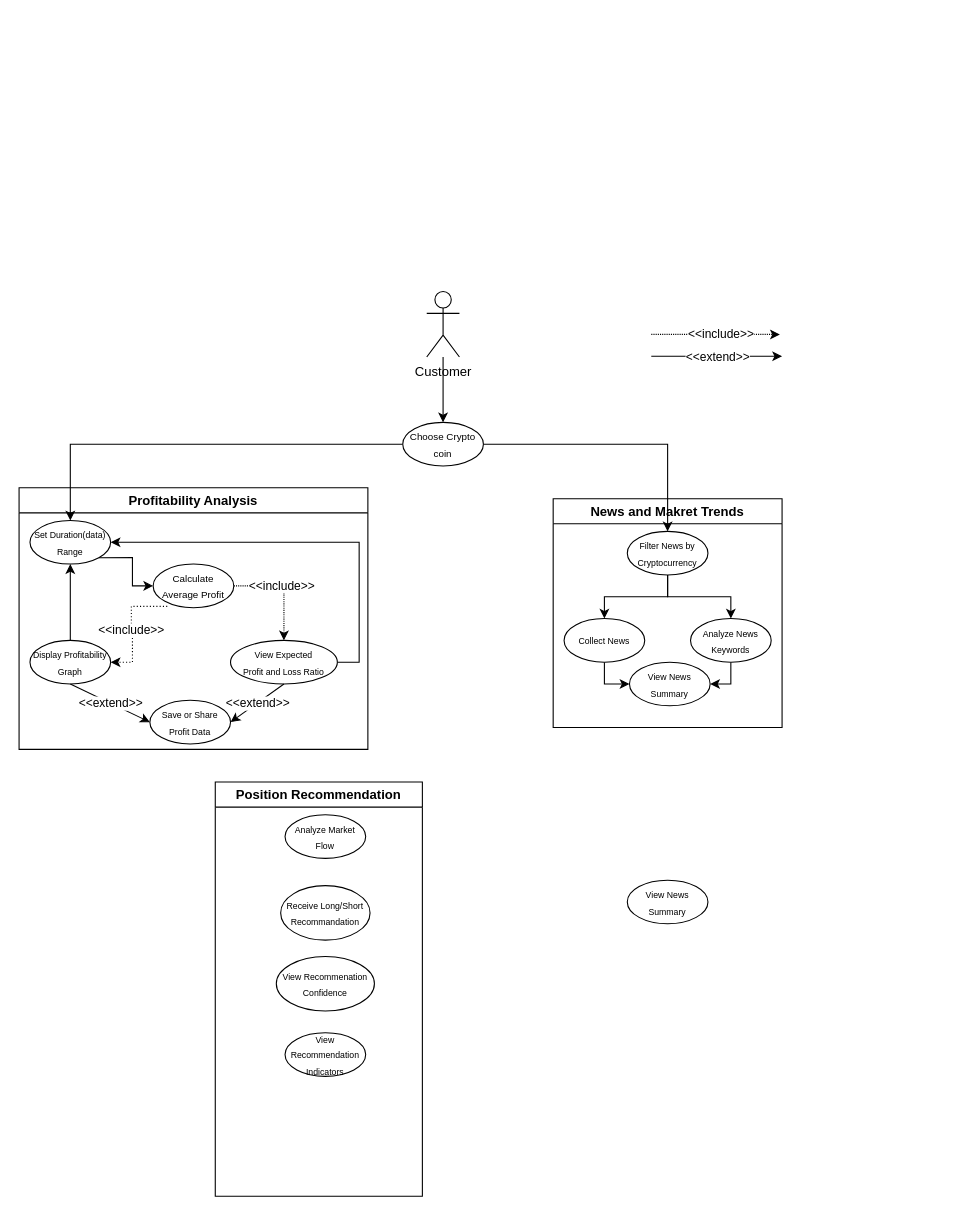
Earlier version of the draw.io diagram bitcoin.drawio (Sritone/OOAD). Source tidied: cells renumbered, new cells numbered last; positions are measured from the earlier drawing's top-left corner, leaving out a move shared by most shapes. Both pictures are drawn from the tidied source at 109%, with x=0, y=0 at pixel (19, 291).
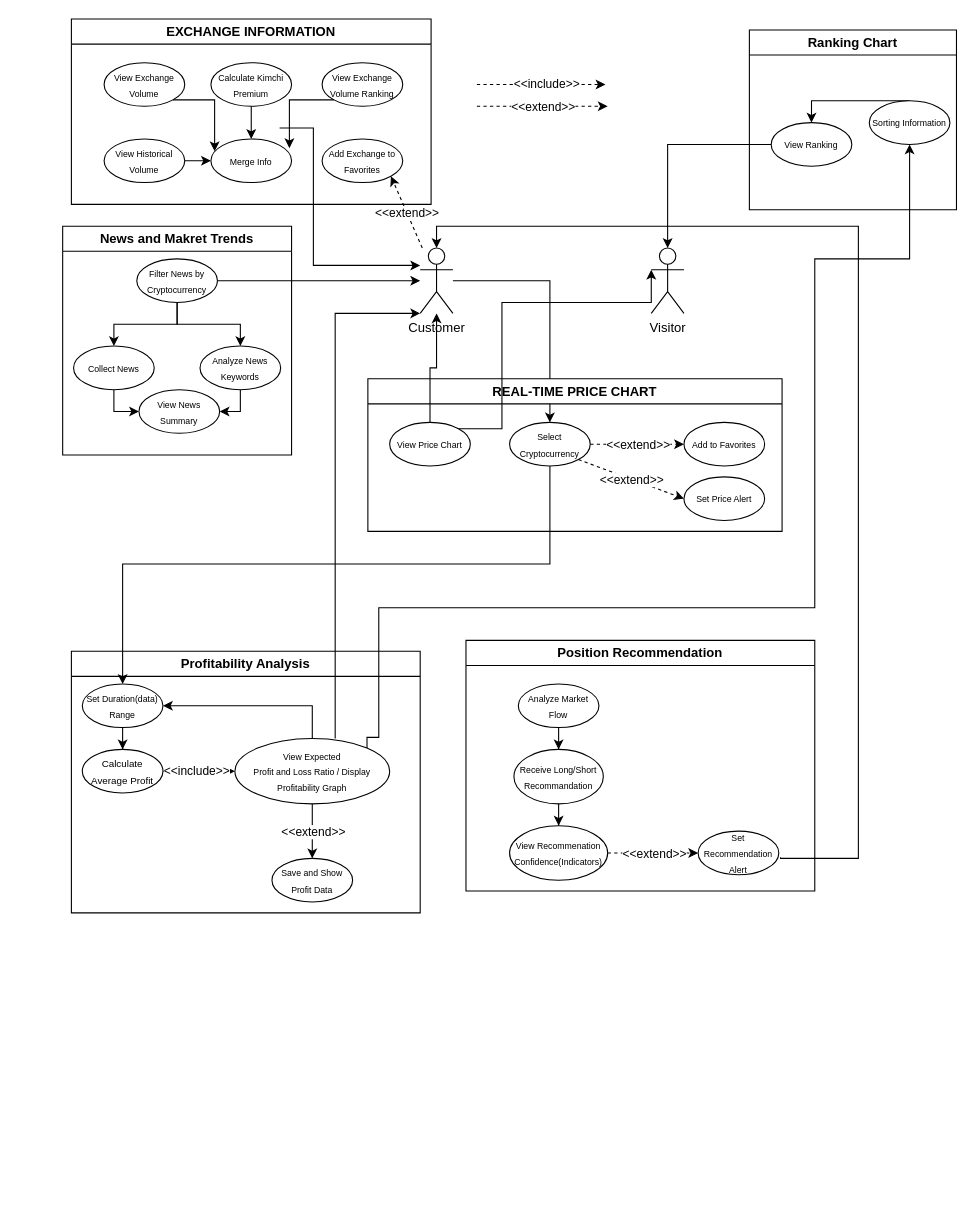
After the change.

The change refers to these unchanged cells:
```xml
<mxCell id="16" value="&lt;span style=&quot;font-size: 8px;&quot;&gt;Set Duration(data) Range&lt;/span&gt;" style="ellipse;whiteSpace=wrap;html=1;" parent="4" vertex="1">
  <mxGeometry x="10" y="30" width="74" height="40" as="geometry" />
</mxCell>
<mxCell id="29" value="&lt;span style=&quot;font-size: 8px;&quot;&gt;Filter News by Cryptocurrency&lt;/span&gt;" style="ellipse;whiteSpace=wrap;html=1;" parent="21" vertex="1">
  <mxGeometry x="68" y="30" width="74" height="40" as="geometry" />
</mxCell>
```

What changed in the source:
```diff
@@
-    <mxCell id="2" style="edgeStyle=orthogonalEdgeStyle;rounded=0;jettySize=auto;html=1;entryX=0.5;entryY=0;entryDx=0;entryDy=0;" parent="1" edge="1" source="3" target="32">
-      <mxGeometry relative="1" as="geometry" />
-    </mxCell>
+    <mxCell id="43" style="edgeStyle=orthogonalEdgeStyle;rounded=0;jettySize=auto;html=1;entryX=0.5;entryY=0;entryDx=0;entryDy=0;" parent="1" edge="1" source="3" target="50">
+      <mxGeometry relative="1" as="geometry" />
+    </mxCell>
     <mxCell id="3" value="Customer" style="shape=umlActor;verticalLabelPosition=bottom;verticalAlign=top;html=1;outlineConnect=0;" parent="1" vertex="1">
-      <mxGeometry x="374" width="30" height="60" as="geometry" />
+      <mxGeometry x="368" y="-40" width="30" height="60" as="geometry" />
     </mxCell>
     <mxCell id="4" value="Profitability Analysis" style="swimlane;whiteSpace=wrap;html=1;" parent="1" vertex="1">
-      <mxGeometry y="180" width="320" height="240" as="geometry" />
+      <mxGeometry x="48" y="330" width="320" height="240" as="geometry" />
     </mxCell>
@@
-    <mxCell id="7" style="edgeStyle=orthogonalEdgeStyle;rounded=0;jettySize=auto;html=1;entryX=0.5;entryY=1;entryDx=0;entryDy=0;" parent="4" edge="1" source="8" target="16">
-      <mxGeometry relative="1" as="geometry" />
-    </mxCell>
-    <mxCell id="8" value="&lt;font style=&quot;font-size: 8px;&quot;&gt;Display Profitability Graph&lt;/font&gt;" style="ellipse;whiteSpace=wrap;html=1;" parent="4" vertex="1">
-      <mxGeometry x="10" y="140" width="74" height="40" as="geometry" />
-    </mxCell>
-    <mxCell id="9" style="edgeStyle=orthogonalEdgeStyle;rounded=0;jettySize=auto;html=1;exitX=1;exitY=0.5;exitDx=0;exitDy=0;entryX=1;entryY=0.5;entryDx=0;entryDy=0;" parent="4" edge="1" source="10" target="16">
+    <mxCell id="9" style="edgeStyle=orthogonalEdgeStyle;rounded=0;jettySize=auto;html=1;exitX=0.5;exitY=0;exitDx=0;exitDy=0;entryX=1;entryY=0.5;entryDx=0;entryDy=0;" parent="4" edge="1" source="10" target="16">
       <mxGeometry relative="1" as="geometry" />
     </mxCell>
-    <mxCell id="10" value="&lt;font style=&quot;font-size: 8px;&quot;&gt;View Expected&lt;br&gt;Profit and Loss Ratio&lt;/font&gt;" style="ellipse;whiteSpace=wrap;html=1;" parent="4" vertex="1">
-      <mxGeometry x="194" y="140" width="98" height="40" as="geometry" />
+    <mxCell id="10" value="&lt;font style=&quot;font-size: 8px;&quot;&gt;View Expected&lt;br&gt;Profit and Loss Ratio /&amp;nbsp;&lt;/font&gt;&lt;span style=&quot;font-size: 8px;&quot;&gt;Display Profitability Graph&lt;/span&gt;" style="ellipse;whiteSpace=wrap;html=1;" parent="4" vertex="1">
+      <mxGeometry x="150" y="80" width="142" height="60" as="geometry" />
     </mxCell>
-    <mxCell id="11" value="&lt;font style=&quot;font-size: 8px;&quot;&gt;Save or Share Profit Data&lt;/font&gt;" style="ellipse;whiteSpace=wrap;html=1;" parent="4" vertex="1">
-      <mxGeometry x="120" y="195" width="74" height="40" as="geometry" />
+    <mxCell id="11" value="&lt;font style=&quot;font-size: 8px;&quot;&gt;Save and Show Profit Data&lt;/font&gt;" style="ellipse;whiteSpace=wrap;html=1;" parent="4" vertex="1">
+      <mxGeometry x="184" y="190" width="74" height="40" as="geometry" />
     </mxCell>
-    <mxCell id="12" style="endArrow=classic;html=1;rounded=0;entryX=0;entryY=0.5;entryDx=0;entryDy=0;exitX=0.5;exitY=1;exitDx=0;exitDy=0;" parent="4" edge="1" source="8" target="11">
-      <mxGeometry relative="1" as="geometry" />
-    </mxCell>
-    <mxCell id="13" value="&amp;lt;&amp;lt;extend&amp;gt;&amp;gt;" style="edgeLabel;html=1;align=center;verticalAlign=middle;" parent="12" vertex="1">
-      <mxGeometry relative="1" as="geometry" />
-    </mxCell>
-    <mxCell id="14" style="endArrow=classic;html=1;rounded=0;exitX=0.5;exitY=1;exitDx=0;exitDy=0;entryX=1;entryY=0.5;entryDx=0;entryDy=0;" parent="4" edge="1" source="10" target="11">
+    <mxCell id="14" style="endArrow=classic;html=1;rounded=0;exitX=0.5;exitY=1;exitDx=0;exitDy=0;entryX=0.5;entryY=0;entryDx=0;entryDy=0;" parent="4" edge="1" source="10" target="11">
       <mxGeometry relative="1" as="geometry" />
     </mxCell>
@@
+    <mxCell id="18" style="edgeStyle=orthogonalEdgeStyle;rounded=0;jettySize=auto;html=1;" parent="4" edge="1" source="16" target="17">
+      <mxGeometry relative="1" as="geometry" />
+    </mxCell>
@@
     <mxCell id="17" value="&lt;font style=&quot;font-size: 9px;&quot;&gt;Calculate Average Profit&lt;/font&gt;" style="ellipse;whiteSpace=wrap;html=1;" parent="4" vertex="1">
-      <mxGeometry x="123" y="70" width="74" height="40" as="geometry" />
+      <mxGeometry x="10" y="90" width="74" height="40" as="geometry" />
     </mxCell>
-    <mxCell id="18" style="edgeStyle=orthogonalEdgeStyle;rounded=0;jettySize=auto;html=1;entryX=0;entryY=0.5;entryDx=0;entryDy=0;exitX=1;exitY=1;exitDx=0;exitDy=0;" parent="4" edge="1" source="16" target="17">
-      <mxGeometry relative="1" as="geometry" />
-    </mxCell>
-    <mxCell id="19" style="edgeStyle=orthogonalEdgeStyle;rounded=0;jettySize=auto;html=1;dashed=1;dashPattern=1 2;exitX=0.175;exitY=0.97;exitDx=0;exitDy=0;exitPerimeter=0;entryX=1;entryY=0.5;entryDx=0;entryDy=0;" parent="4" edge="1" source="17" target="8">
-      <mxGeometry relative="1" as="geometry" />
-    </mxCell>
-    <mxCell id="20" value="&amp;lt;&amp;lt;include&amp;gt;&amp;gt;" style="edgeLabel;html=1;align=center;verticalAlign=middle;" parent="19" vertex="1">
-      <mxGeometry x="-0.3" y="-1" relative="1" as="geometry">
-        <mxPoint y="18" as="offset" />
-      </mxGeometry>
-    </mxCell>
     <mxCell id="21" value="News and Makret Trends" style="swimlane;whiteSpace=wrap;html=1;" parent="1" vertex="1">
-      <mxGeometry x="490" y="190" width="210" height="210" as="geometry" />
+      <mxGeometry x="40" y="-60" width="210" height="210" as="geometry" />
     </mxCell>
@@
-    <mxCell id="30" style="edgeStyle=orthogonalEdgeStyle;rounded=0;jettySize=auto;html=1;entryX=0.5;entryY=0;entryDx=0;entryDy=0;" parent="1" edge="1" source="32" target="29">
-      <mxGeometry relative="1" as="geometry" />
-    </mxCell>
-    <mxCell id="31" style="edgeStyle=orthogonalEdgeStyle;rounded=0;jettySize=auto;html=1;entryX=0.5;entryY=0;entryDx=0;entryDy=0;" parent="1" edge="1" source="32" target="16">
-      <mxGeometry relative="1" as="geometry" />
-    </mxCell>
-    <mxCell id="32" value="&lt;font style=&quot;font-size: 9px;&quot;&gt;Choose Crypto coin&lt;/font&gt;" style="ellipse;whiteSpace=wrap;html=1;" parent="1" vertex="1">
-      <mxGeometry x="352" y="120" width="74" height="40" as="geometry" />
-    </mxCell>
-    <mxCell id="33" style="edgeStyle=orthogonalEdgeStyle;rounded=0;orthogonalLoop=1;jettySize=auto;html=1;dashed=1;dashPattern=1 1;" parent="1" edge="1">
+    <mxCell id="33" style="edgeStyle=orthogonalEdgeStyle;rounded=0;orthogonalLoop=1;jettySize=auto;html=1;dashed=1;" parent="1" edge="1">
       <mxGeometry relative="1" as="geometry">
-        <mxPoint x="580" y="39.3" as="sourcePoint" />
-        <mxPoint x="698" y="39.3" as="targetPoint" />
+        <mxPoint x="420" y="-190" as="sourcePoint" />
+        <mxPoint x="538" y="-190" as="targetPoint" />
       </mxGeometry>
     </mxCell>
@@
-    <mxCell id="35" style="endArrow=classic;html=1;rounded=0;" parent="1" edge="1">
+    <mxCell id="35" style="endArrow=classic;html=1;rounded=0;dashed=1;" parent="1" edge="1">
       <mxGeometry relative="1" as="geometry">
-        <mxPoint x="580" y="59.3" as="sourcePoint" />
-        <mxPoint x="700" y="59.3" as="targetPoint" />
+        <mxPoint x="420" y="-170" as="sourcePoint" />
+        <mxPoint x="540" y="-170" as="targetPoint" />
       </mxGeometry>
     </mxCell>
@@
     <mxCell id="37" value="Position Recommendation" style="swimlane;whiteSpace=wrap;html=1;" parent="1" vertex="1">
-      <mxGeometry x="180" y="450" width="190" height="380" as="geometry" />
+      <mxGeometry x="410" y="320" width="320" height="230" as="geometry" />
     </mxCell>
+    <mxCell id="44" style="edgeStyle=orthogonalEdgeStyle;rounded=0;jettySize=auto;html=1;entryX=0.5;entryY=0;entryDx=0;entryDy=0;" parent="37" edge="1" source="38" target="39">
+      <mxGeometry relative="1" as="geometry" />
+    </mxCell>
     <mxCell id="38" value="&lt;font style=&quot;font-size: 8px;&quot;&gt;Analyze Market Flow&lt;/font&gt;" style="ellipse;whiteSpace=wrap;html=1;" parent="37" vertex="1">
-      <mxGeometry x="64" y="30" width="74" height="40" as="geometry" />
+      <mxGeometry x="48" y="40" width="74" height="40" as="geometry" />
     </mxCell>
+    <mxCell id="45" style="edgeStyle=orthogonalEdgeStyle;rounded=0;jettySize=auto;html=1;entryX=0.5;entryY=0;entryDx=0;entryDy=0;" parent="37" edge="1" source="39" target="40">
+      <mxGeometry relative="1" as="geometry" />
+    </mxCell>
     <mxCell id="39" value="&lt;span style=&quot;font-size: 8px;&quot;&gt;Receive Long/Short Recommandation&lt;/span&gt;" style="ellipse;whiteSpace=wrap;html=1;" parent="37" vertex="1">
-      <mxGeometry x="60" y="95" width="82" height="50" as="geometry" />
+      <mxGeometry x="44" y="100" width="82" height="50" as="geometry" />
     </mxCell>
-    <mxCell id="40" value="&lt;font style=&quot;font-size: 8px;&quot;&gt;View Recommenation Confidence&lt;/font&gt;" style="ellipse;whiteSpace=wrap;html=1;" parent="37" vertex="1">
-      <mxGeometry x="56" y="160" width="90" height="50" as="geometry" />
+    <mxCell id="40" value="&lt;font style=&quot;font-size: 8px;&quot;&gt;View Recommenation Confidence(&lt;/font&gt;&lt;span style=&quot;font-size: 8px;&quot;&gt;Indicators)&lt;/span&gt;" style="ellipse;whiteSpace=wrap;html=1;" parent="37" vertex="1">
+      <mxGeometry x="40" y="170" width="90" height="50" as="geometry" />
     </mxCell>
-    <mxCell id="41" value="&lt;span style=&quot;font-size: 8px;&quot;&gt;View Recommendation Indicators&lt;/span&gt;" style="ellipse;whiteSpace=wrap;html=1;" parent="37" vertex="1">
-      <mxGeometry x="64" y="230" width="74" height="40" as="geometry" />
-    </mxCell>
-    <mxCell id="42" value="&lt;font style=&quot;font-size: 8px;&quot;&gt;View News Summary&lt;/font&gt;" style="ellipse;whiteSpace=wrap;html=1;" parent="1" vertex="1">
-      <mxGeometry x="558" y="540" width="74" height="40" as="geometry" />
+    <mxCell id="42" value="&lt;span style=&quot;font-size: 8px;&quot;&gt;Set Recommendation Alert&lt;/span&gt;" style="ellipse;whiteSpace=wrap;html=1;" parent="37" vertex="1">
+      <mxGeometry x="213" y="175" width="74" height="40" as="geometry" />
     </mxCell>
+    <mxCell id="46" style="endArrow=classic;html=1;rounded=0;dashed=1;exitX=1;exitY=0.5;exitDx=0;exitDy=0;entryX=0;entryY=0.5;entryDx=0;entryDy=0;" parent="37" edge="1" source="40" target="42">
+      <mxGeometry relative="1" as="geometry" />
+    </mxCell>
+    <mxCell id="47" value="&amp;lt;&amp;lt;extend&amp;gt;&amp;gt;" style="edgeLabel;html=1;align=center;verticalAlign=middle;" parent="46" vertex="1">
+      <mxGeometry relative="1" as="geometry" />
+    </mxCell>
+    <mxCell id="48" value="REAL-TIME PRICE CHART" style="swimlane;whiteSpace=wrap;html=1;" parent="1" vertex="1">
+      <mxGeometry x="320" y="80" width="380" height="140" as="geometry" />
+    </mxCell>
+    <mxCell id="49" value="&lt;font style=&quot;font-size: 8px;&quot;&gt;View Price Chart&lt;/font&gt;" style="ellipse;whiteSpace=wrap;html=1;" parent="48" vertex="1">
+      <mxGeometry x="20" y="40" width="74" height="40" as="geometry" />
+    </mxCell>
+    <mxCell id="50" value="&lt;font style=&quot;font-size: 8px;&quot;&gt;Select Cryptocurrency&lt;/font&gt;" style="ellipse;whiteSpace=wrap;html=1;" parent="48" vertex="1">
+      <mxGeometry x="130" y="40" width="74" height="40" as="geometry" />
+    </mxCell>
+    <mxCell id="51" value="&lt;font style=&quot;font-size: 8px;&quot;&gt;Add to Favorites&lt;/font&gt;" style="ellipse;whiteSpace=wrap;html=1;" parent="48" vertex="1">
+      <mxGeometry x="290" y="40" width="74" height="40" as="geometry" />
+    </mxCell>
+    <mxCell id="52" value="&lt;font style=&quot;font-size: 8px;&quot;&gt;Set Price Alert&lt;/font&gt;" style="ellipse;whiteSpace=wrap;html=1;" parent="48" vertex="1">
+      <mxGeometry x="290" y="90" width="74" height="40" as="geometry" />
+    </mxCell>
+    <mxCell id="53" style="endArrow=classic;html=1;rounded=0;dashed=1;exitX=1;exitY=0.5;exitDx=0;exitDy=0;entryX=0;entryY=0.5;entryDx=0;entryDy=0;" parent="48" edge="1" source="50" target="51">
+      <mxGeometry relative="1" as="geometry" />
+    </mxCell>
+    <mxCell id="54" value="&amp;lt;&amp;lt;extend&amp;gt;&amp;gt;" style="edgeLabel;html=1;align=center;verticalAlign=middle;" parent="53" vertex="1">
+      <mxGeometry relative="1" as="geometry" />
+    </mxCell>
+    <mxCell id="55" style="endArrow=classic;html=1;rounded=0;dashed=1;exitX=1;exitY=1;exitDx=0;exitDy=0;entryX=0;entryY=0.5;entryDx=0;entryDy=0;" parent="48" edge="1" source="50" target="52">
+      <mxGeometry relative="1" as="geometry" />
+    </mxCell>
+    <mxCell id="56" value="&amp;lt;&amp;lt;extend&amp;gt;&amp;gt;" style="edgeLabel;html=1;align=center;verticalAlign=middle;" parent="55" vertex="1">
+      <mxGeometry relative="1" as="geometry" />
+    </mxCell>
+    <mxCell id="57" style="edgeStyle=orthogonalEdgeStyle;rounded=0;jettySize=auto;html=1;" parent="1" edge="1" source="49" target="3">
+      <mxGeometry relative="1" as="geometry" />
+    </mxCell>
+    <mxCell id="58" style="edgeStyle=orthogonalEdgeStyle;rounded=0;jettySize=auto;html=1;entryX=0.5;entryY=0;entryDx=0;entryDy=0;entryPerimeter=0;exitX=1.021;exitY=0.6;exitDx=0;exitDy=0;exitPerimeter=0;" parent="1" edge="1" source="42" target="3">
+      <mxGeometry relative="1" as="geometry">
+        <Array as="points">
+          <mxPoint x="699" y="520" />
+          <mxPoint x="770" y="520" />
+          <mxPoint x="770" y="-60" />
+          <mxPoint x="383" y="-60" />
+        </Array>
+      </mxGeometry>
+    </mxCell>
+    <mxCell id="59" value="EXCHANGE INFORMATION" style="swimlane;whiteSpace=wrap;html=1;" parent="1" vertex="1">
+      <mxGeometry x="48" y="-250" width="330" height="170" as="geometry" />
+    </mxCell>
+    <mxCell id="60" style="edgeStyle=orthogonalEdgeStyle;rounded=0;jettySize=auto;html=1;entryX=0;entryY=0.5;entryDx=0;entryDy=0;" parent="59" edge="1" source="61" target="67">
+      <mxGeometry relative="1" as="geometry" />
+    </mxCell>
+    <mxCell id="61" value="&lt;font style=&quot;font-size: 8px;&quot;&gt;View Historical Volume&lt;/font&gt;" style="ellipse;whiteSpace=wrap;html=1;" parent="59" vertex="1">
+      <mxGeometry x="30" y="110" width="74" height="40" as="geometry" />
+    </mxCell>
+    <mxCell id="62" value="&lt;font style=&quot;font-size: 8px;&quot;&gt;View Exchange Volume&lt;/font&gt;" style="ellipse;whiteSpace=wrap;html=1;" parent="59" vertex="1">
+      <mxGeometry x="30" y="40" width="74" height="40" as="geometry" />
+    </mxCell>
+    <mxCell id="63" value="&lt;font style=&quot;font-size: 8px;&quot;&gt;View Exchange Volume Ranking&lt;/font&gt;" style="ellipse;whiteSpace=wrap;html=1;" parent="59" vertex="1">
+      <mxGeometry x="230" y="40" width="74" height="40" as="geometry" />
+    </mxCell>
+    <mxCell id="64" style="edgeStyle=orthogonalEdgeStyle;rounded=0;jettySize=auto;html=1;entryX=0.5;entryY=0;entryDx=0;entryDy=0;" parent="59" edge="1" source="65" target="67">
+      <mxGeometry relative="1" as="geometry" />
+    </mxCell>
+    <mxCell id="65" value="&lt;font style=&quot;font-size: 8px;&quot;&gt;Calculate Kimchi Premium&lt;/font&gt;" style="ellipse;whiteSpace=wrap;html=1;" parent="59" vertex="1">
+      <mxGeometry x="128" y="40" width="74" height="40" as="geometry" />
+    </mxCell>
+    <mxCell id="66" value="&lt;font style=&quot;font-size: 8px;&quot;&gt;Add Exchange to Favorites&lt;/font&gt;" style="ellipse;whiteSpace=wrap;html=1;" parent="59" vertex="1">
+      <mxGeometry x="230" y="110" width="74" height="40" as="geometry" />
+    </mxCell>
+    <mxCell id="67" value="&lt;span style=&quot;font-size: 8px;&quot;&gt;Merge Info&lt;/span&gt;" style="ellipse;whiteSpace=wrap;html=1;" parent="59" vertex="1">
+      <mxGeometry x="128" y="110" width="74" height="40" as="geometry" />
+    </mxCell>
+    <mxCell id="68" style="edgeStyle=orthogonalEdgeStyle;rounded=0;jettySize=auto;html=1;exitX=0;exitY=1;exitDx=0;exitDy=0;entryX=0.973;entryY=0.211;entryDx=0;entryDy=0;entryPerimeter=0;" parent="59" edge="1" source="63" target="67">
+      <mxGeometry relative="1" as="geometry" />
+    </mxCell>
+    <mxCell id="69" style="edgeStyle=orthogonalEdgeStyle;rounded=0;jettySize=auto;html=1;exitX=1;exitY=1;exitDx=0;exitDy=0;entryX=0.046;entryY=0.282;entryDx=0;entryDy=0;entryPerimeter=0;" parent="59" edge="1" source="62" target="67">
+      <mxGeometry relative="1" as="geometry" />
+    </mxCell>
+    <mxCell id="70" style="endArrow=classic;html=1;rounded=0;dashed=1;entryX=1;entryY=1;entryDx=0;entryDy=0;" parent="1" edge="1" source="3" target="66">
+      <mxGeometry relative="1" as="geometry" />
+    </mxCell>
+    <mxCell id="71" value="&amp;lt;&amp;lt;extend&amp;gt;&amp;gt;" style="edgeLabel;html=1;align=center;verticalAlign=middle;" parent="70" vertex="1">
+      <mxGeometry relative="1" as="geometry" />
+    </mxCell>
+    <mxCell id="72" style="edgeStyle=orthogonalEdgeStyle;rounded=0;jettySize=auto;html=1;exitX=1;exitY=1;exitDx=0;exitDy=0;" parent="1" edge="1" target="3">
+      <mxGeometry relative="1" as="geometry">
+        <mxPoint x="239" y="-150" as="sourcePoint" />
+        <Array as="points">
+          <mxPoint x="270" y="-150" />
+          <mxPoint x="270" y="-24" />
+        </Array>
+      </mxGeometry>
+    </mxCell>
+    <mxCell id="73" value="Visitor" style="shape=umlActor;verticalLabelPosition=bottom;verticalAlign=top;html=1;outlineConnect=0;" parent="1" vertex="1">
+      <mxGeometry x="580" y="-40" width="30" height="60" as="geometry" />
+    </mxCell>
+    <mxCell id="74" value="Ranking Chart" style="swimlane;whiteSpace=wrap;html=1;" parent="1" vertex="1">
+      <mxGeometry x="670" y="-240" width="190" height="165" as="geometry" />
+    </mxCell>
+    <mxCell id="75" style="edgeStyle=orthogonalEdgeStyle;rounded=0;jettySize=auto;html=1;entryX=0.5;entryY=0;entryDx=0;entryDy=0;" parent="74" edge="1" source="76" target="77">
+      <mxGeometry relative="1" as="geometry">
+        <Array as="points">
+          <mxPoint x="57" y="65" />
+        </Array>
+      </mxGeometry>
+    </mxCell>
+    <mxCell id="76" value="&lt;font style=&quot;font-size: 8px;&quot;&gt;Sorting Information&lt;/font&gt;" style="ellipse;whiteSpace=wrap;html=1;" parent="74" vertex="1">
+      <mxGeometry x="110" y="65" width="74" height="40" as="geometry" />
+    </mxCell>
+    <mxCell id="77" value="&lt;span style=&quot;font-size: 8px;&quot;&gt;View Ranking&lt;/span&gt;" style="ellipse;whiteSpace=wrap;html=1;" parent="74" vertex="1">
+      <mxGeometry x="20" y="85" width="74" height="40" as="geometry" />
+    </mxCell>
+    <mxCell id="78" style="edgeStyle=orthogonalEdgeStyle;rounded=0;jettySize=auto;html=1;exitX=1;exitY=0;exitDx=0;exitDy=0;entryX=0.5;entryY=1;entryDx=0;entryDy=0;" parent="1" edge="1" source="10" target="76">
+      <mxGeometry relative="1" as="geometry">
+        <Array as="points">
+          <mxPoint x="319" y="409" />
+          <mxPoint x="330" y="409" />
+          <mxPoint x="330" y="290" />
+          <mxPoint x="730" y="290" />
+          <mxPoint x="730" y="-30" />
+          <mxPoint x="817" y="-30" />
+        </Array>
+      </mxGeometry>
+    </mxCell>
+    <mxCell id="79" style="edgeStyle=orthogonalEdgeStyle;rounded=0;jettySize=auto;html=1;exitX=1;exitY=0.5;exitDx=0;exitDy=0;" parent="1" edge="1" source="29" target="3">
+      <mxGeometry relative="1" as="geometry" />
+    </mxCell>
+    <mxCell id="80" style="edgeStyle=orthogonalEdgeStyle;rounded=0;jettySize=auto;html=1;exitX=1;exitY=0;exitDx=0;exitDy=0;entryX=0;entryY=0.3333333333333333;entryDx=0;entryDy=0;entryPerimeter=0;" parent="1" edge="1" source="49" target="73">
+      <mxGeometry relative="1" as="geometry">
+        <Array as="points">
+          <mxPoint x="443" y="10" />
+          <mxPoint x="580" y="10" />
+        </Array>
+      </mxGeometry>
+    </mxCell>
+    <mxCell id="81" style="edgeStyle=orthogonalEdgeStyle;rounded=0;jettySize=auto;html=1;exitX=0;exitY=0.5;exitDx=0;exitDy=0;" parent="1" edge="1" source="77" target="73">
+      <mxGeometry relative="1" as="geometry" />
+    </mxCell>
+    <mxCell id="82" style="edgeStyle=orthogonalEdgeStyle;rounded=0;jettySize=auto;html=1;exitX=0.648;exitY=0;exitDx=0;exitDy=0;exitPerimeter=0;entryX=0;entryY=1;entryDx=0;entryDy=0;entryPerimeter=0;" parent="1" edge="1" source="10" target="3">
+      <mxGeometry relative="1" as="geometry">
+        <Array as="points">
+          <mxPoint x="290" y="20" />
+        </Array>
+      </mxGeometry>
+    </mxCell>
+    <mxCell id="83" style="edgeStyle=orthogonalEdgeStyle;rounded=0;jettySize=auto;html=1;exitX=0.5;exitY=1;exitDx=0;exitDy=0;" parent="1" edge="1" source="50" target="16">
+      <mxGeometry relative="1" as="geometry">
+        <Array as="points">
+          <mxPoint x="487" y="250" />
+          <mxPoint x="95" y="250" />
+        </Array>
+      </mxGeometry>
+    </mxCell>
```
